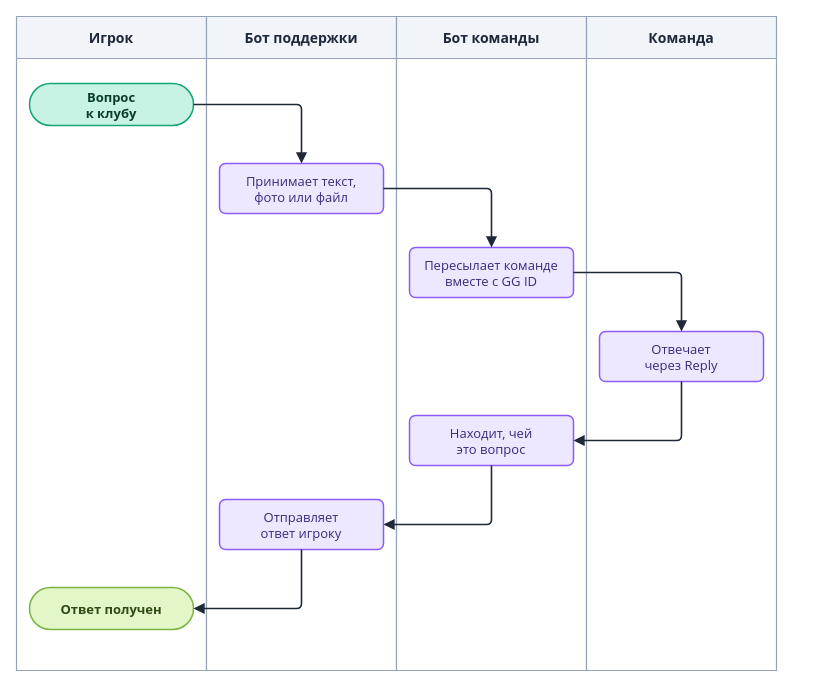
Before: diagrams/drawio/support.drawio in LILSUFFER/zerake-docs, a draw.io diagram. Source tidied: cells renumbered, new cells numbered last; positions are measured from the earlier drawing's top-left corner, leaving out a move shared by most shapes. Both pictures are drawn from the tidied source at 100%, with x=0, y=0 at pixel (16, 16).
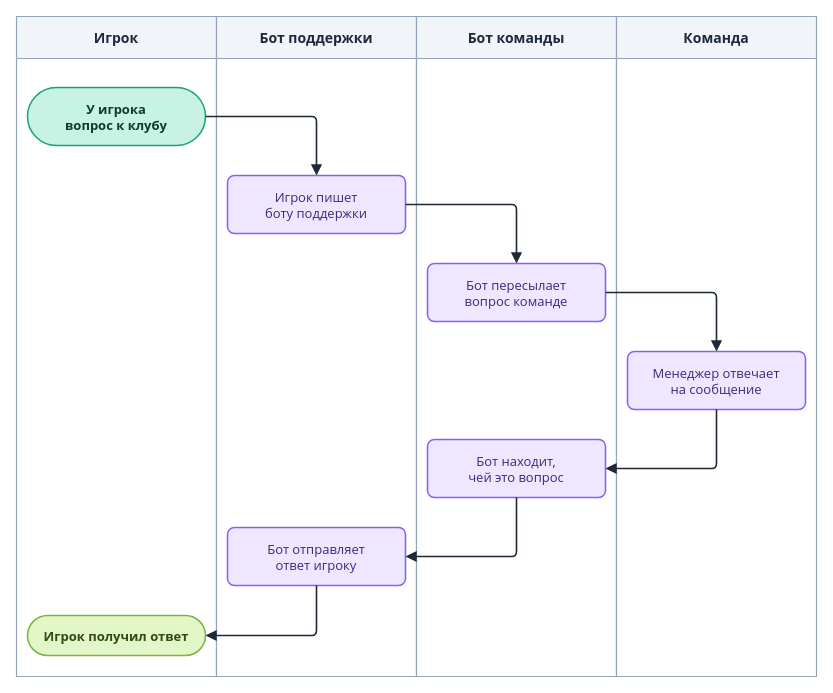
The same page after the edit.

Change to the diagram source:
```diff
@@
 <mxGraphModel>
   <root>
     <mxCell id="0" />
     <mxCell id="1" parent="0" />
     <mxCell id="2" value="Игрок" style="swimlane;horizontal=1;startSize=42;fillColor=#F1F4F9;swimlaneFillColor=#FFFFFF;strokeColor=#94A3B8;fontColor=#1E293B;fontStyle=1;fontSize=14;fontFamily=Segoe UI;strokeWidth=1.2;" parent="1" vertex="1">
-      <mxGeometry width="190" height="654" as="geometry" />
+      <mxGeometry width="200" height="660" as="geometry" />
     </mxCell>
     <mxCell id="3" value="Бот поддержки" style="swimlane;horizontal=1;startSize=42;fillColor=#F1F4F9;swimlaneFillColor=#FFFFFF;strokeColor=#94A3B8;fontColor=#1E293B;fontStyle=1;fontSize=14;fontFamily=Segoe UI;strokeWidth=1.2;" parent="1" vertex="1">
-      <mxGeometry x="190" width="190" height="654" as="geometry" />
+      <mxGeometry x="200" width="200" height="660" as="geometry" />
     </mxCell>
     <mxCell id="4" value="Бот команды" style="swimlane;horizontal=1;startSize=42;fillColor=#F1F4F9;swimlaneFillColor=#FFFFFF;strokeColor=#94A3B8;fontColor=#1E293B;fontStyle=1;fontSize=14;fontFamily=Segoe UI;strokeWidth=1.2;" parent="1" vertex="1">
-      <mxGeometry x="380" width="190" height="654" as="geometry" />
+      <mxGeometry x="400" width="200" height="660" as="geometry" />
     </mxCell>
     <mxCell id="5" value="Команда" style="swimlane;horizontal=1;startSize=42;fillColor=#F1F4F9;swimlaneFillColor=#FFFFFF;strokeColor=#94A3B8;fontColor=#1E293B;fontStyle=1;fontSize=14;fontFamily=Segoe UI;strokeWidth=1.2;" parent="1" vertex="1">
-      <mxGeometry x="570" width="190" height="654" as="geometry" />
+      <mxGeometry x="600" width="200" height="660" as="geometry" />
     </mxCell>
-    <mxCell id="6" value="Вопрос&#10;к клубу" style="rounded=1;arcSize=50;html=0;fontStyle=1;fillColor=#C7F2E4;strokeColor=#12A477;fontColor=#0B3D2C;fontFamily=Segoe UI;fontSize=13;strokeWidth=1.5;" parent="1" vertex="1">
-      <mxGeometry x="13" y="67" width="164" height="42" as="geometry" />
+    <mxCell id="6" value="У игрока&#10;вопрос к клубу" style="rounded=1;arcSize=50;html=0;fontStyle=1;fillColor=#C7F2E4;strokeColor=#12A477;fontColor=#0B3D2C;fontFamily=Segoe UI;fontSize=13;strokeWidth=1.5;" parent="1" vertex="1">
+      <mxGeometry x="11" y="71" width="178" height="58" as="geometry" />
     </mxCell>
-    <mxCell id="7" value="Принимает текст,&#10;фото или файл" style="rounded=1;arcSize=12;html=0;fillColor=#EDE7FF;strokeColor=#8B5CF6;fontColor=#3B2A7A;fontFamily=Segoe UI;fontSize=13;strokeWidth=1.5;" parent="1" vertex="1">
-      <mxGeometry x="203" y="147" width="164" height="50" as="geometry" />
+    <mxCell id="7" value="Игрок пишет&#10;боту поддержки" style="rounded=1;arcSize=12;html=0;fillColor=#EDE7FF;strokeColor=#8B5CF6;fontColor=#3B2A7A;fontFamily=Segoe UI;fontSize=13;strokeWidth=1.5;" parent="1" vertex="1">
+      <mxGeometry x="211" y="159" width="178" height="58" as="geometry" />
     </mxCell>
-    <mxCell id="8" value="Пересылает команде&#10;вместе с GG ID" style="rounded=1;arcSize=12;html=0;fillColor=#EDE7FF;strokeColor=#8B5CF6;fontColor=#3B2A7A;fontFamily=Segoe UI;fontSize=13;strokeWidth=1.5;" parent="1" vertex="1">
-      <mxGeometry x="393" y="231" width="164" height="50" as="geometry" />
+    <mxCell id="8" value="Бот пересылает&#10;вопрос команде" style="rounded=1;arcSize=12;html=0;fillColor=#EDE7FF;strokeColor=#8B5CF6;fontColor=#3B2A7A;fontFamily=Segoe UI;fontSize=13;strokeWidth=1.5;" parent="1" vertex="1">
+      <mxGeometry x="411" y="247" width="178" height="58" as="geometry" />
     </mxCell>
-    <mxCell id="9" value="Отвечает&#10;через Reply" style="rounded=1;arcSize=12;html=0;fillColor=#EDE7FF;strokeColor=#8B5CF6;fontColor=#3B2A7A;fontFamily=Segoe UI;fontSize=13;strokeWidth=1.5;" parent="1" vertex="1">
-      <mxGeometry x="583" y="315" width="164" height="50" as="geometry" />
+    <mxCell id="9" value="Менеджер отвечает&#10;на сообщение" style="rounded=1;arcSize=12;html=0;fillColor=#EDE7FF;strokeColor=#8B5CF6;fontColor=#3B2A7A;fontFamily=Segoe UI;fontSize=13;strokeWidth=1.5;" parent="1" vertex="1">
+      <mxGeometry x="611" y="335" width="178" height="58" as="geometry" />
     </mxCell>
-    <mxCell id="10" value="Находит, чей&#10;это вопрос" style="rounded=1;arcSize=12;html=0;fillColor=#EDE7FF;strokeColor=#8B5CF6;fontColor=#3B2A7A;fontFamily=Segoe UI;fontSize=13;strokeWidth=1.5;" parent="1" vertex="1">
-      <mxGeometry x="393" y="399" width="164" height="50" as="geometry" />
+    <mxCell id="10" value="Бот находит,&#10;чей это вопрос" style="rounded=1;arcSize=12;html=0;fillColor=#EDE7FF;strokeColor=#8B5CF6;fontColor=#3B2A7A;fontFamily=Segoe UI;fontSize=13;strokeWidth=1.5;" parent="1" vertex="1">
+      <mxGeometry x="411" y="423" width="178" height="58" as="geometry" />
     </mxCell>
-    <mxCell id="11" value="Отправляет&#10;ответ игроку" style="rounded=1;arcSize=12;html=0;fillColor=#EDE7FF;strokeColor=#8B5CF6;fontColor=#3B2A7A;fontFamily=Segoe UI;fontSize=13;strokeWidth=1.5;" parent="1" vertex="1">
-      <mxGeometry x="203" y="483" width="164" height="50" as="geometry" />
+    <mxCell id="11" value="Бот отправляет&#10;ответ игроку" style="rounded=1;arcSize=12;html=0;fillColor=#EDE7FF;strokeColor=#8B5CF6;fontColor=#3B2A7A;fontFamily=Segoe UI;fontSize=13;strokeWidth=1.5;" parent="1" vertex="1">
+      <mxGeometry x="211" y="511" width="178" height="58" as="geometry" />
     </mxCell>
-    <mxCell id="12" value="Ответ получен" style="rounded=1;arcSize=50;html=0;fontStyle=1;fillColor=#E3F6C8;strokeColor=#7CB342;fontColor=#2F4A12;fontFamily=Segoe UI;fontSize=13;strokeWidth=1.5;" parent="1" vertex="1">
-      <mxGeometry x="13" y="571" width="164" height="42" as="geometry" />
+    <mxCell id="12" value="Игрок получил ответ" style="rounded=1;arcSize=50;html=0;fontStyle=1;fillColor=#E3F6C8;strokeColor=#7CB342;fontColor=#2F4A12;fontFamily=Segoe UI;fontSize=13;strokeWidth=1.5;" parent="1" vertex="1">
+      <mxGeometry x="11" y="599" width="178" height="40" as="geometry" />
     </mxCell>
     <mxCell id="13" style="edgeStyle=orthogonalEdgeStyle;rounded=1;arcSize=10;jettySize=auto;html=0;strokeColor=#1F2937;strokeWidth=1.6;endArrow=block;endFill=1;endSize=7;fontFamily=Segoe UI;fontSize=12;fontStyle=1;fontColor=#334155;labelBackgroundColor=#FFFFFF;" parent="1" edge="1" source="6" target="7">
       <mxGeometry relative="1" as="geometry" />
     </mxCell>
     <mxCell id="14" style="edgeStyle=orthogonalEdgeStyle;rounded=1;arcSize=10;jettySize=auto;html=0;strokeColor=#1F2937;strokeWidth=1.6;endArrow=block;endFill=1;endSize=7;fontFamily=Segoe UI;fontSize=12;fontStyle=1;fontColor=#334155;labelBackgroundColor=#FFFFFF;" parent="1" edge="1" source="7" target="8">
       <mxGeometry relative="1" as="geometry" />
     </mxCell>
     <mxCell id="15" style="edgeStyle=orthogonalEdgeStyle;rounded=1;arcSize=10;jettySize=auto;html=0;strokeColor=#1F2937;strokeWidth=1.6;endArrow=block;endFill=1;endSize=7;fontFamily=Segoe UI;fontSize=12;fontStyle=1;fontColor=#334155;labelBackgroundColor=#FFFFFF;" parent="1" edge="1" source="8" target="9">
       <mxGeometry relative="1" as="geometry" />
     </mxCell>
     <mxCell id="16" style="edgeStyle=orthogonalEdgeStyle;rounded=1;arcSize=10;jettySize=auto;html=0;strokeColor=#1F2937;strokeWidth=1.6;endArrow=block;endFill=1;endSize=7;fontFamily=Segoe UI;fontSize=12;fontStyle=1;fontColor=#334155;labelBackgroundColor=#FFFFFF;exitX=0.5;exitY=1;entryX=1;entryY=0.5;" parent="1" edge="1" source="9" target="10">
       <mxGeometry relative="1" as="geometry" />
     </mxCell>
     <mxCell id="17" style="edgeStyle=orthogonalEdgeStyle;rounded=1;arcSize=10;jettySize=auto;html=0;strokeColor=#1F2937;strokeWidth=1.6;endArrow=block;endFill=1;endSize=7;fontFamily=Segoe UI;fontSize=12;fontStyle=1;fontColor=#334155;labelBackgroundColor=#FFFFFF;exitX=0.5;exitY=1;entryX=1;entryY=0.5;" parent="1" edge="1" source="10" target="11">
       <mxGeometry relative="1" as="geometry" />
     </mxCell>
     <mxCell id="18" style="edgeStyle=orthogonalEdgeStyle;rounded=1;arcSize=10;jettySize=auto;html=0;strokeColor=#1F2937;strokeWidth=1.6;endArrow=block;endFill=1;endSize=7;fontFamily=Segoe UI;fontSize=12;fontStyle=1;fontColor=#334155;labelBackgroundColor=#FFFFFF;exitX=0.5;exitY=1;entryX=1;entryY=0.5;" parent="1" edge="1" source="11" target="12">
       <mxGeometry relative="1" as="geometry" />
     </mxCell>
   </root>
 </mxGraphModel>
```
